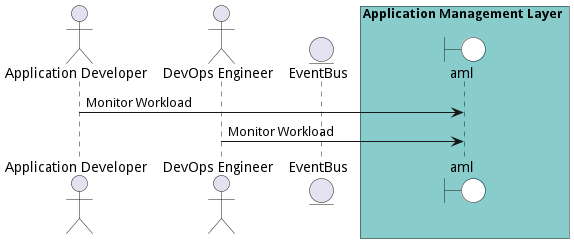
Earlier version of the PlantUML export docs/edgemere/aml/usecases/manageworkloads/MonitorWorkload.png (madajaju/edgemere). The source it was exported from:
```plantuml
@startuml

actor "Application Developer"

actor "DevOps Engineer"


entity EventBus

box Application Management Layer #88cccc
    boundary aml #white
end box



"Application Developer" -> aml: Monitor Workload


"DevOps Engineer" -> aml: Monitor Workload



@enduml
```
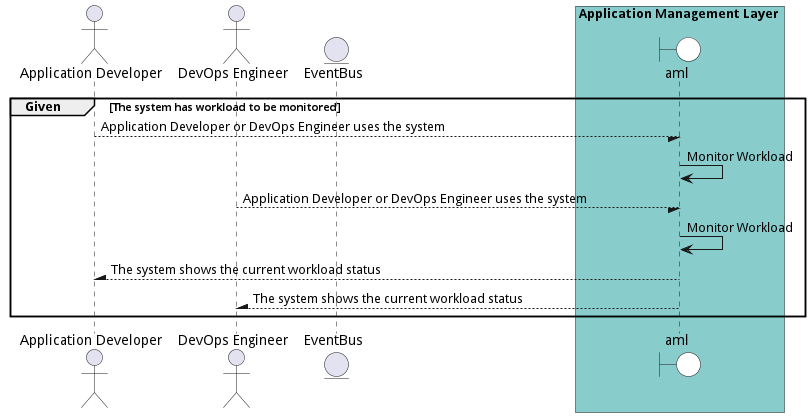
Later version of the same file.

Diff of the diagram source:
```diff
@@ -1,4 +1,5 @@
 @startuml
+
 
 actor "Application Developer"
 
@@ -12,12 +13,22 @@
 end box
 
 
+group Given [The system has workload to be monitored]
 
-"Application Developer" -> aml: Monitor Workload
+"Application Developer" --/ aml: Application Developer or DevOps Engineer uses the system
+"aml" -> aml: Monitor Workload
 
 
-"DevOps Engineer" -> aml: Monitor Workload
+"DevOps Engineer" --/ aml: Application Developer or DevOps Engineer uses the system
+"aml" -> aml: Monitor Workload
 
 
 
+"Application Developer" /-- aml: The system shows the current workload status
+
+"DevOps Engineer" /-- aml: The system shows the current workload status
+
+
+end
+
 @enduml
```
